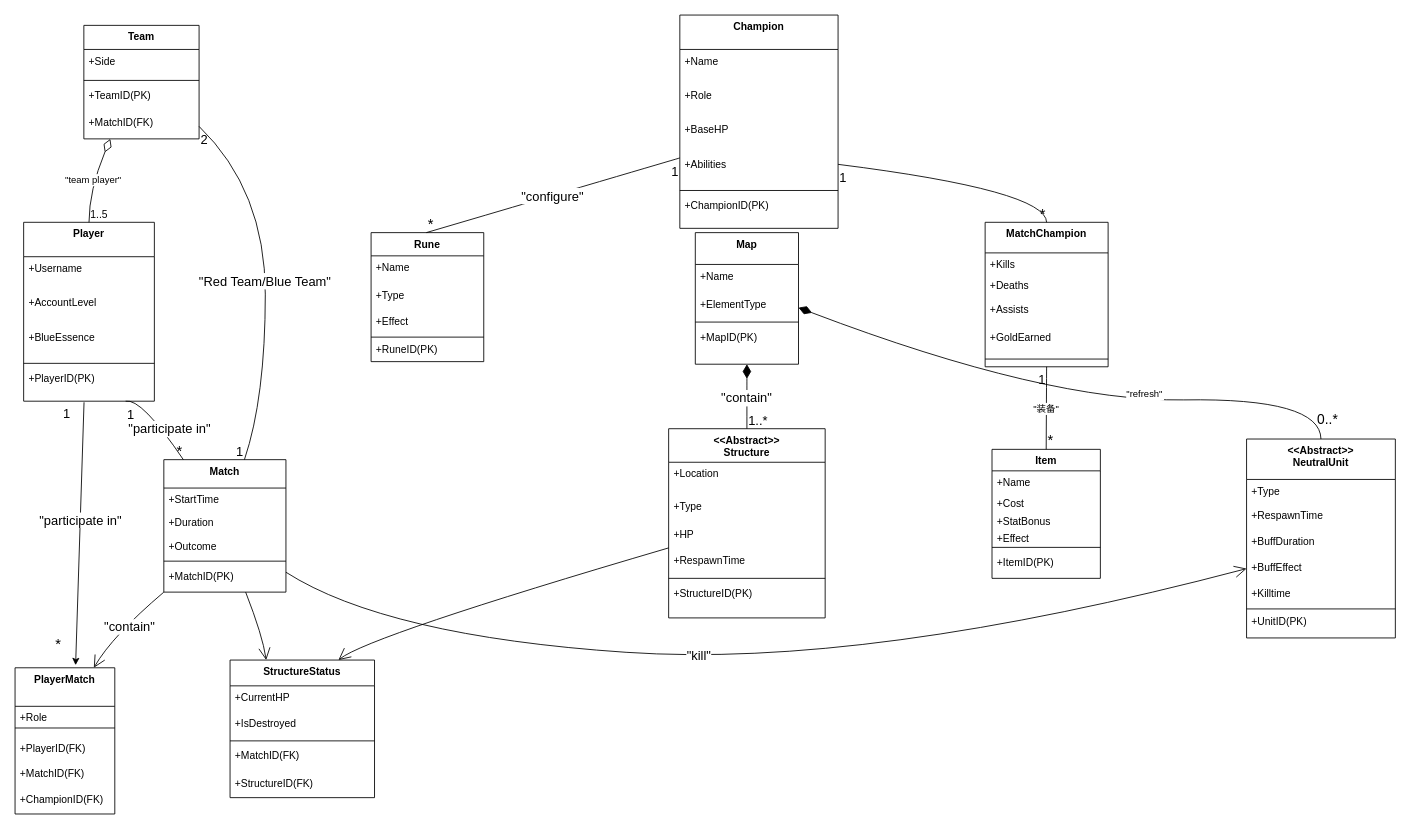
Before: page "第 4 页" (3 of 3) of 测试1.drawio in mushroomAAA/draw.io, a draw.io diagram. Source tidied: cells renumbered, new cells numbered last; positions are measured from the earlier drawing's top-left corner, leaving out a move shared by most shapes. Both pictures are drawn from the tidied source at 86%, with x=0, y=0 at pixel (15, 15).
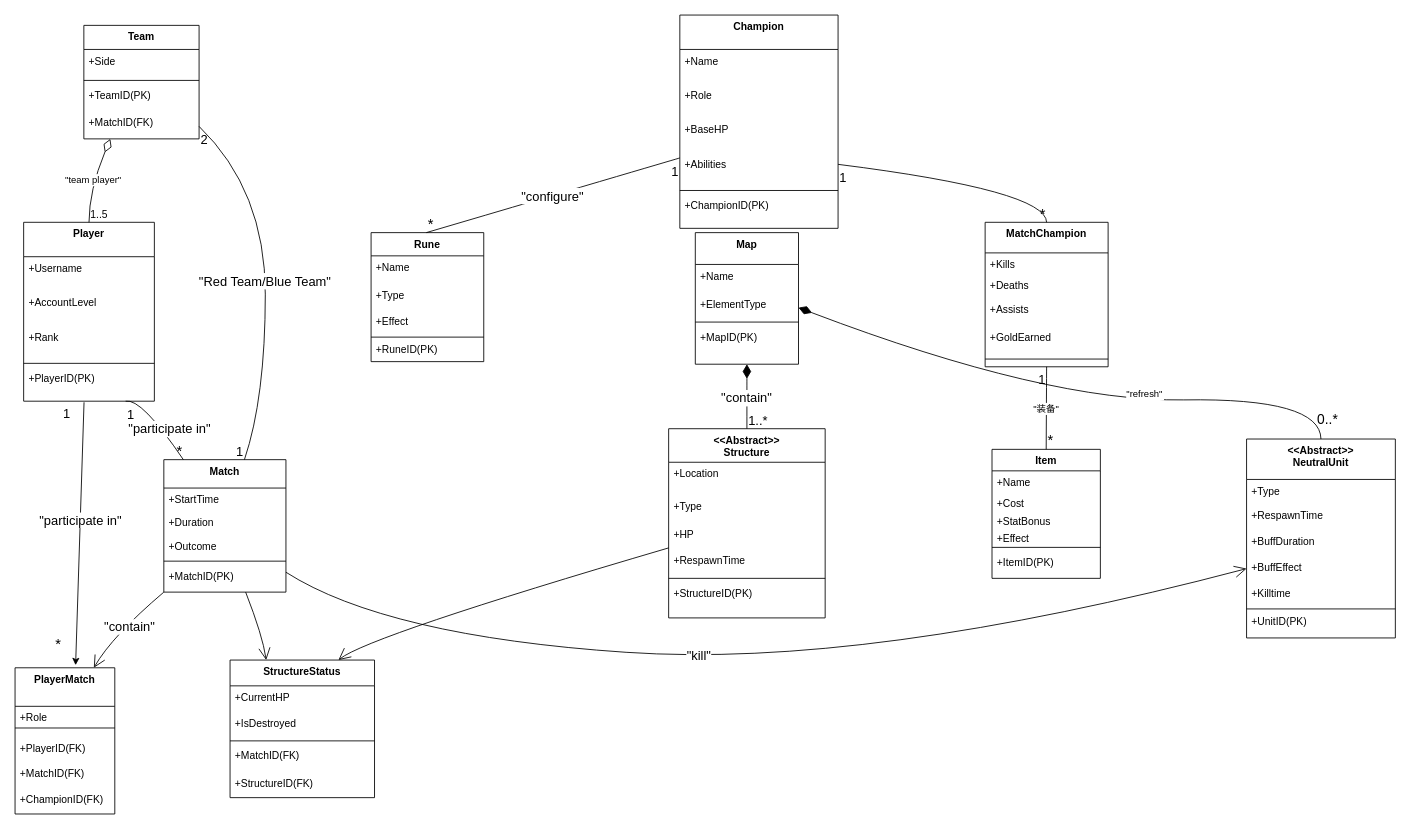
Above is the later version.

Unchanged cells that the change refers to:
```xml
<mxCell id="27" value="Player" style="swimlane;fontStyle=1;align=center;verticalAlign=top;horizontal=1;startSize=40;" parent="1" vertex="1">
  <mxGeometry x="10" y="241" width="152" height="208" as="geometry" />
</mxCell>
```

What changed in the source:
```diff
@@
-    <mxCell id="30" value="+BlueEssence" style="text;strokeColor=none;fillColor=none;align=left;verticalAlign=top;spacingLeft=4;spacingRight=4;overflow=hidden;" parent="27" vertex="1">
+    <mxCell id="30" value="+Rank" style="text;strokeColor=none;fillColor=none;align=left;verticalAlign=top;spacingLeft=4;spacingRight=4;overflow=hidden;" parent="27" vertex="1">
       <mxGeometry y="120" width="152" height="40" as="geometry" />
     </mxCell>
```
